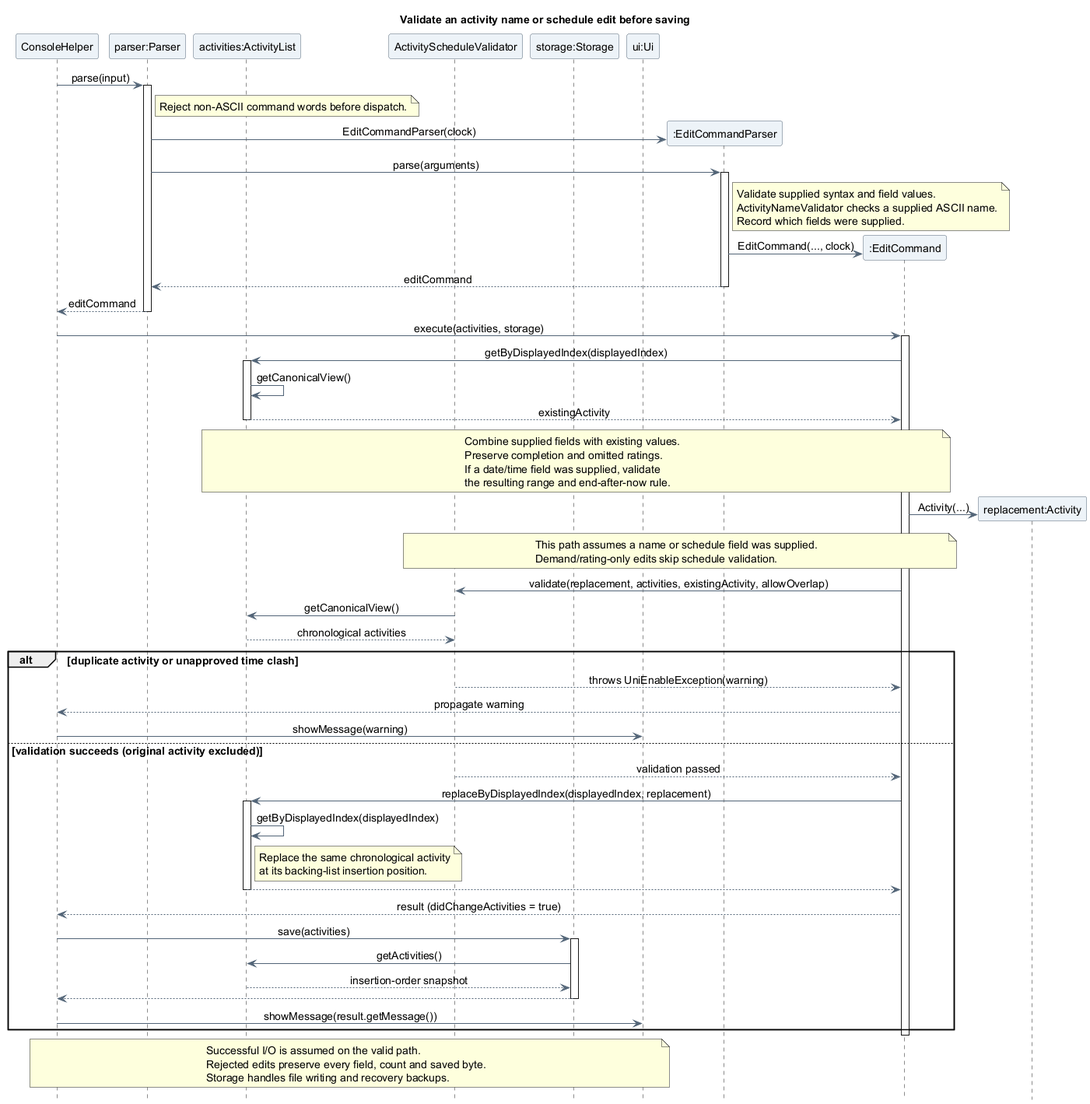
The PlantUML diagram docs/images/oliver/sequence/EditActivitySequence.png in AY2627S1-CS2113-T10-4/tp, before a commit.
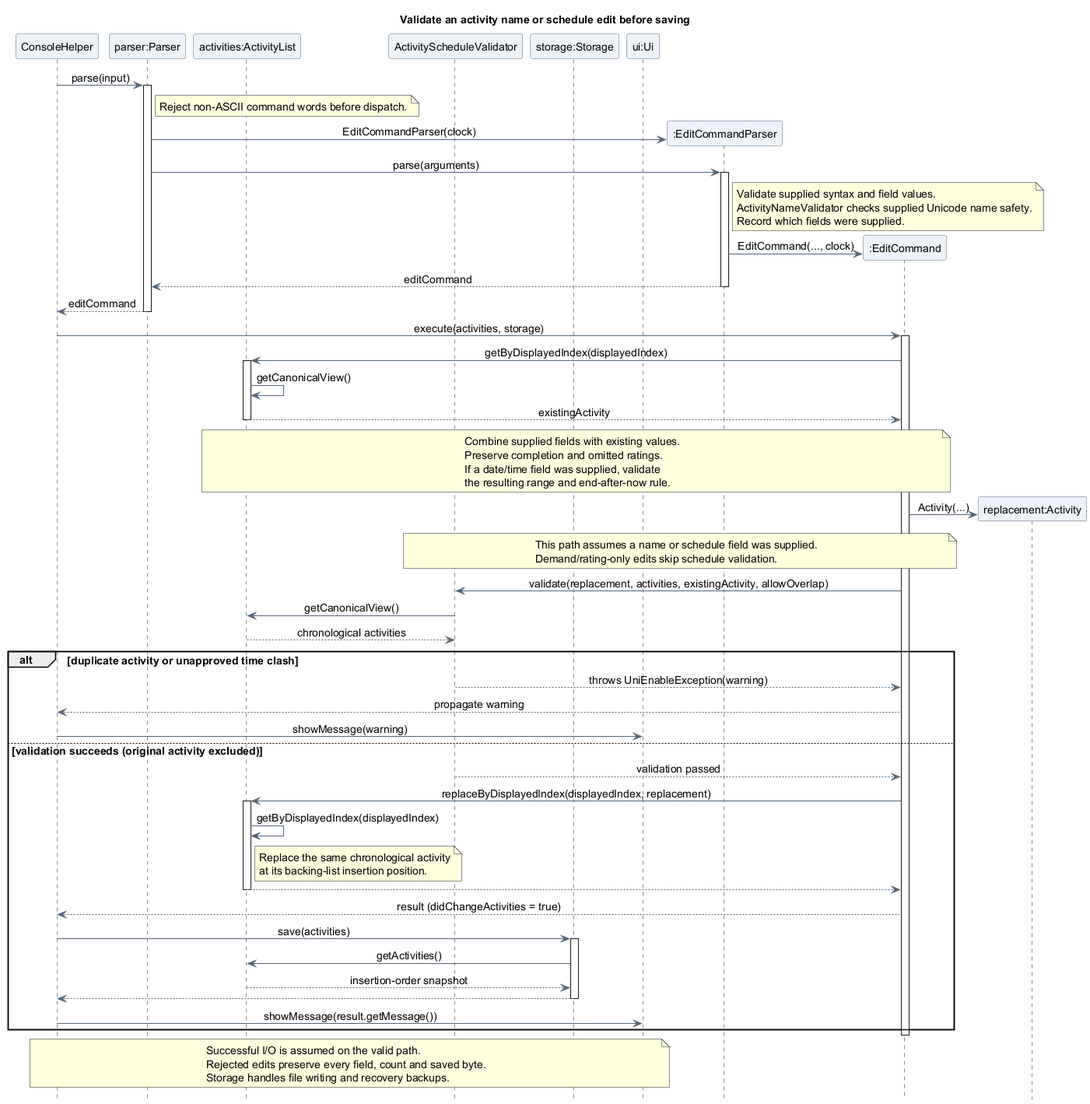
The same file after the commit.

What changed in the source:
```diff
@@ -28,7 +28,7 @@
 activate EditParser
 note right of EditParser
   Validate supplied syntax and field values.
-  ActivityNameValidator checks a supplied ASCII name.
+  ActivityNameValidator checks supplied Unicode name safety.
   Record which fields were supplied.
 end note
 create participant ":EditCommand" as Edit
```
